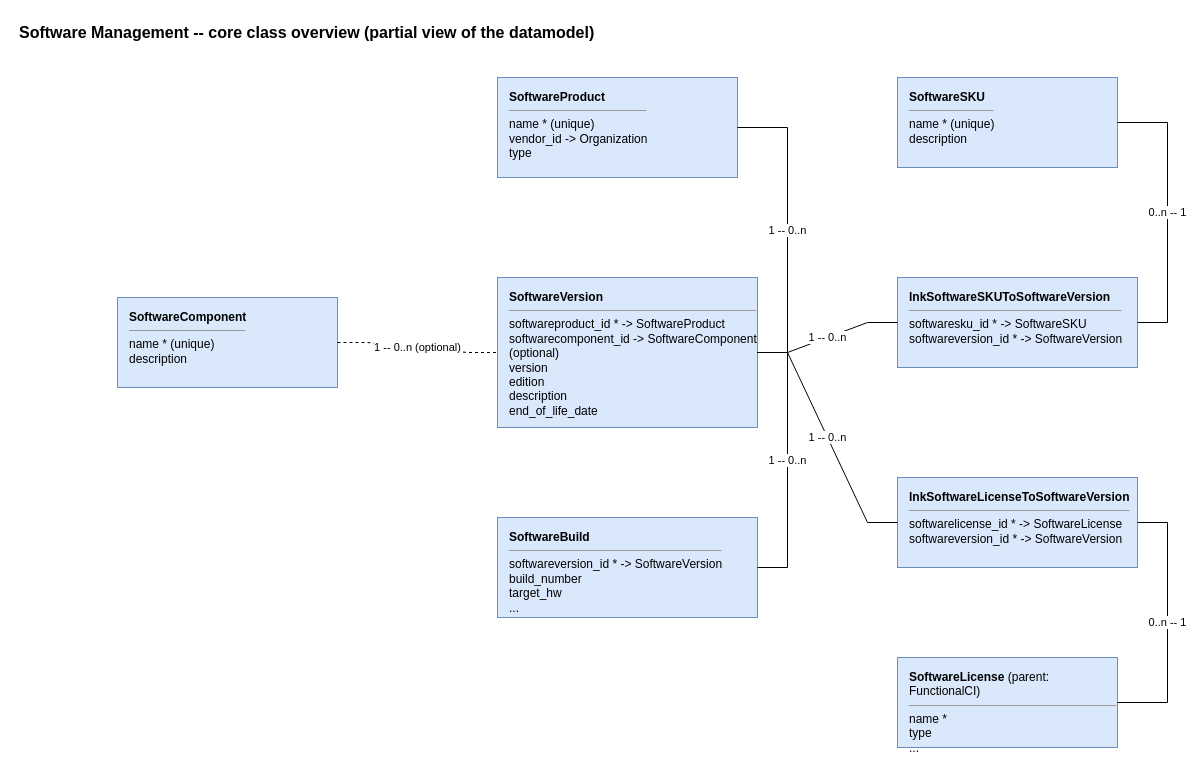
This is jb-software-mgmt-main/docs/class-diagram.drawio from jbostoen/itop-jb-software-mgmt, a draw.io file, before an edit. Source tidied: cells renumbered, new cells numbered last; positions are measured from the earlier drawing's top-left corner, leaving out a move shared by most shapes. Both pictures are drawn from the tidied source at 100%, with x=0, y=0 at pixel (17, 17).
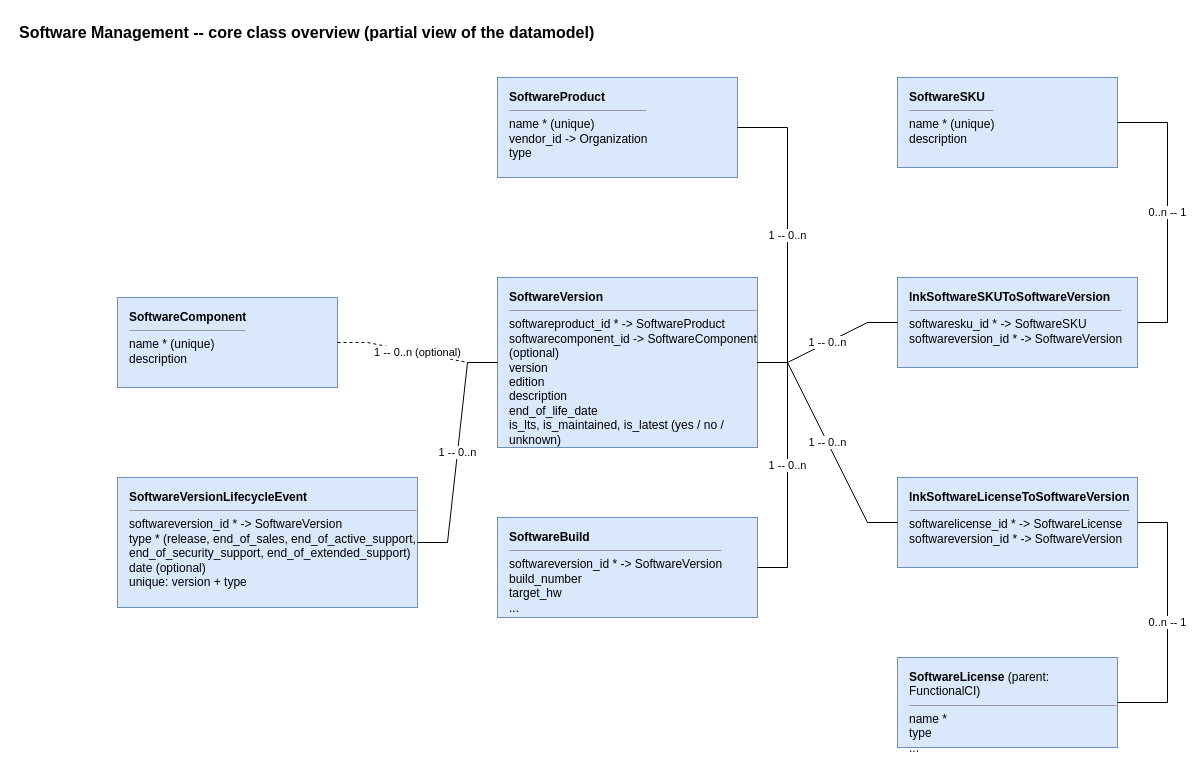
The same diagram, later.

Change to the diagram source:
```diff
@@
 <mxGraphModel>
   <root>
     <mxCell id="0" />
     <mxCell id="1" parent="0" />
     <mxCell id="2" value="Software Management -- core class overview (partial view of the datamodel)" style="text;html=1;align=left;verticalAlign=middle;fontSize=16;fontStyle=1;" parent="1" vertex="1">
       <mxGeometry width="900" height="30" as="geometry" />
     </mxCell>
     <mxCell id="3" value="&lt;b&gt;SoftwareProduct&lt;/b&gt;&lt;hr size=&quot;1&quot;/&gt;name * (unique)&lt;br&gt;vendor_id -&gt; Organization&lt;br&gt;type" style="rounded=0;whiteSpace=wrap;html=1;align=left;verticalAlign=top;spacingLeft=10;spacingTop=6;fontSize=12;fillColor=#dae8fc;strokeColor=#6c8ebf;" parent="1" vertex="1">
       <mxGeometry x="480" y="60" width="240" height="100" as="geometry" />
     </mxCell>
     <mxCell id="4" value="&lt;b&gt;SoftwareComponent&lt;/b&gt;&lt;hr size=&quot;1&quot;/&gt;name * (unique)&lt;br&gt;description" style="rounded=0;whiteSpace=wrap;html=1;align=left;verticalAlign=top;spacingLeft=10;spacingTop=6;fontSize=12;fillColor=#dae8fc;strokeColor=#6c8ebf;" parent="1" vertex="1">
       <mxGeometry x="100" y="280" width="220" height="90" as="geometry" />
     </mxCell>
-    <mxCell id="5" value="&lt;b&gt;SoftwareVersion&lt;/b&gt;&lt;hr size=&quot;1&quot;/&gt;softwareproduct_id * -&gt; SoftwareProduct&lt;br&gt;softwarecomponent_id -&gt; SoftwareComponent (optional)&lt;br&gt;version&lt;br&gt;edition&lt;br&gt;description&lt;br&gt;end_of_life_date" style="rounded=0;whiteSpace=wrap;html=1;align=left;verticalAlign=top;spacingLeft=10;spacingTop=6;fontSize=12;fillColor=#dae8fc;strokeColor=#6c8ebf;" parent="1" vertex="1">
-      <mxGeometry x="480" y="260" width="260" height="150" as="geometry" />
+    <mxCell id="5" value="&lt;b&gt;SoftwareVersion&lt;/b&gt;&lt;hr size=&quot;1&quot;/&gt;softwareproduct_id * -&gt; SoftwareProduct&lt;br&gt;softwarecomponent_id -&gt; SoftwareComponent (optional)&lt;br&gt;version&lt;br&gt;edition&lt;br&gt;description&lt;br&gt;end_of_life_date&lt;br&gt;is_lts, is_maintained, is_latest (yes / no / unknown)" style="rounded=0;whiteSpace=wrap;html=1;align=left;verticalAlign=top;spacingLeft=10;spacingTop=6;fontSize=12;fillColor=#dae8fc;strokeColor=#6c8ebf;" parent="1" vertex="1">
+      <mxGeometry x="480" y="260" width="260" height="170" as="geometry" />
     </mxCell>
     <mxCell id="6" value="&lt;b&gt;SoftwareBuild&lt;/b&gt;&lt;hr size=&quot;1&quot;/&gt;softwareversion_id * -&gt; SoftwareVersion&lt;br&gt;build_number&lt;br&gt;target_hw&lt;br&gt;..." style="rounded=0;whiteSpace=wrap;html=1;align=left;verticalAlign=top;spacingLeft=10;spacingTop=6;fontSize=12;fillColor=#dae8fc;strokeColor=#6c8ebf;" parent="1" vertex="1">
       <mxGeometry x="480" y="500" width="260" height="100" as="geometry" />
     </mxCell>
     <mxCell id="7" value="&lt;b&gt;SoftwareSKU&lt;/b&gt;&lt;hr size=&quot;1&quot;/&gt;name * (unique)&lt;br&gt;description" style="rounded=0;whiteSpace=wrap;html=1;align=left;verticalAlign=top;spacingLeft=10;spacingTop=6;fontSize=12;fillColor=#dae8fc;strokeColor=#6c8ebf;" parent="1" vertex="1">
       <mxGeometry x="880" y="60" width="220" height="90" as="geometry" />
     </mxCell>
     <mxCell id="8" value="&lt;b&gt;lnkSoftwareSKUToSoftwareVersion&lt;/b&gt;&lt;hr size=&quot;1&quot;/&gt;softwaresku_id * -&gt; SoftwareSKU&lt;br&gt;softwareversion_id * -&gt; SoftwareVersion" style="rounded=0;whiteSpace=wrap;html=1;align=left;verticalAlign=top;spacingLeft=10;spacingTop=6;fontSize=12;fillColor=#dae8fc;strokeColor=#6c8ebf;" parent="1" vertex="1">
       <mxGeometry x="880" y="260" width="240" height="90" as="geometry" />
     </mxCell>
     <mxCell id="9" value="&lt;b&gt;lnkSoftwareLicenseToSoftwareVersion&lt;/b&gt;&lt;hr size=&quot;1&quot;/&gt;softwarelicense_id * -&gt; SoftwareLicense&lt;br&gt;softwareversion_id * -&gt; SoftwareVersion" style="rounded=0;whiteSpace=wrap;html=1;align=left;verticalAlign=top;spacingLeft=10;spacingTop=6;fontSize=12;fillColor=#dae8fc;strokeColor=#6c8ebf;" parent="1" vertex="1">
       <mxGeometry x="880" y="460" width="240" height="90" as="geometry" />
     </mxCell>
     <mxCell id="10" value="&lt;b&gt;SoftwareLicense&lt;/b&gt; (parent: FunctionalCI)&lt;hr size=&quot;1&quot;/&gt;name *&lt;br&gt;type&lt;br&gt;..." style="rounded=0;whiteSpace=wrap;html=1;align=left;verticalAlign=top;spacingLeft=10;spacingTop=6;fontSize=12;fillColor=#dae8fc;strokeColor=#6c8ebf;" parent="1" vertex="1">
       <mxGeometry x="880" y="640" width="220" height="90" as="geometry" />
     </mxCell>
+    <mxCell id="18" value="&lt;b&gt;SoftwareVersionLifecycleEvent&lt;/b&gt;&lt;hr size=&quot;1&quot;/&gt;softwareversion_id * -&gt; SoftwareVersion&lt;br&gt;type * (release, end_of_sales, end_of_active_support, end_of_security_support, end_of_extended_support)&lt;br&gt;date (optional)&lt;br&gt;unique: version + type" style="rounded=0;whiteSpace=wrap;html=1;align=left;verticalAlign=top;spacingLeft=10;spacingTop=6;fontSize=12;fillColor=#dae8fc;strokeColor=#6c8ebf;" parent="1" vertex="1">
+      <mxGeometry x="100" y="460" width="300" height="130" as="geometry" />
+    </mxCell>
     <mxCell id="11" value="1 -- 0..n" style="edgeStyle=entityRelationEdgeStyle;rounded=0;html=1;fontSize=11;endArrow=none;startArrow=none;" parent="1" edge="1" source="3" target="5">
       <mxGeometry relative="1" as="geometry" />
     </mxCell>
     <mxCell id="12" value="1 -- 0..n (optional)" style="edgeStyle=entityRelationEdgeStyle;rounded=0;html=1;fontSize=11;endArrow=none;startArrow=none;dashed=1;" parent="1" edge="1" source="4" target="5">
       <mxGeometry relative="1" as="geometry" />
     </mxCell>
     <mxCell id="13" value="1 -- 0..n" style="edgeStyle=entityRelationEdgeStyle;rounded=0;html=1;fontSize=11;endArrow=none;startArrow=none;" parent="1" edge="1" source="5" target="6">
       <mxGeometry relative="1" as="geometry" />
     </mxCell>
     <mxCell id="14" value="1 -- 0..n" style="edgeStyle=entityRelationEdgeStyle;rounded=0;html=1;fontSize=11;endArrow=none;startArrow=none;" parent="1" edge="1" source="5" target="8">
       <mxGeometry relative="1" as="geometry" />
     </mxCell>
     <mxCell id="15" value="0..n -- 1" style="edgeStyle=entityRelationEdgeStyle;rounded=0;html=1;fontSize=11;endArrow=none;startArrow=none;" parent="1" edge="1" source="8" target="7">
       <mxGeometry relative="1" as="geometry" />
     </mxCell>
     <mxCell id="16" value="1 -- 0..n" style="edgeStyle=entityRelationEdgeStyle;rounded=0;html=1;fontSize=11;endArrow=none;startArrow=none;" parent="1" edge="1" source="5" target="9">
       <mxGeometry relative="1" as="geometry" />
     </mxCell>
     <mxCell id="17" value="0..n -- 1" style="edgeStyle=entityRelationEdgeStyle;rounded=0;html=1;fontSize=11;endArrow=none;startArrow=none;" parent="1" edge="1" source="9" target="10">
       <mxGeometry relative="1" as="geometry" />
     </mxCell>
+    <mxCell id="19" value="1 -- 0..n" style="edgeStyle=entityRelationEdgeStyle;rounded=0;html=1;fontSize=11;endArrow=none;startArrow=none;" parent="1" edge="1" source="5" target="18">
+      <mxGeometry relative="1" as="geometry" />
+    </mxCell>
   </root>
 </mxGraphModel>
```
